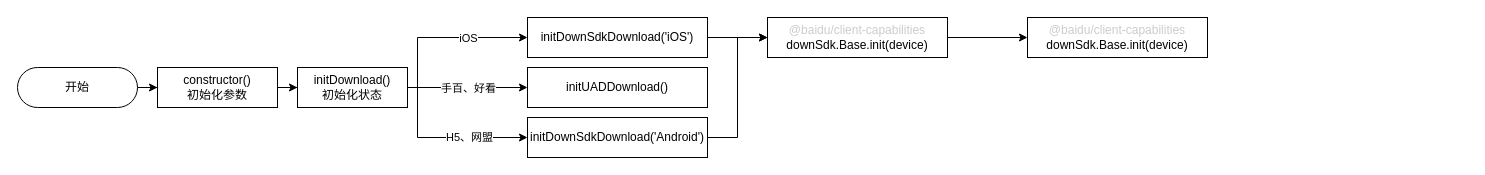
The draw.io diagram 未命名绘图.drawio in qqqqqcy/processon, before the edit. Source tidied: cells renumbered, new cells numbered last; positions are measured from the earlier drawing's top-left corner, leaving out a move shared by most shapes. Both pictures are drawn from the tidied source at 100%, with x=0, y=0 at pixel (17, 17).
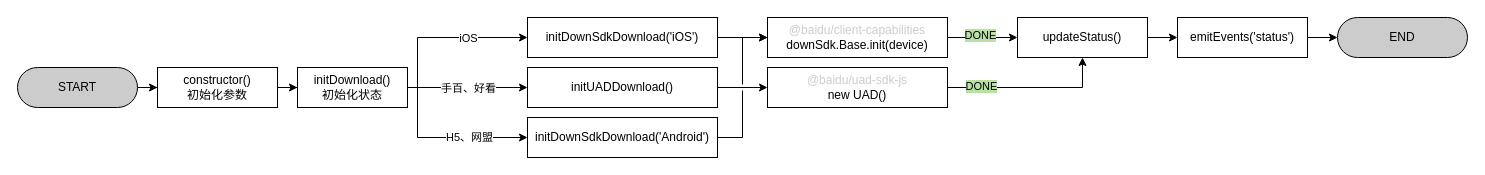
The same page after the edit.

The change refers to these unchanged cells:
```xml
<mxCell id="18" style="edgeStyle=orthogonalEdgeStyle;rounded=0;jettySize=auto;html=1;" parent="1" edge="1" source="19" target="20">
  <mxGeometry relative="1" as="geometry" />
</mxCell>
<mxCell id="19" value="&lt;font color=&quot;#cccccc&quot;&gt;@baidu/client-capabilities&lt;br&gt;&lt;/font&gt;downSdk.Base.init(device)" style="whiteSpace=wrap;html=1;rounded=1;arcSize=0;" parent="1" vertex="1">
  <mxGeometry x="750" width="180" height="40" as="geometry" />
</mxCell>
```

What changed in the source:
```diff
@@
-    <mxCell id="3" value="开始" style="rounded=1;whiteSpace=wrap;html=1;arcSize=50;" parent="1" vertex="1">
+    <mxCell id="3" value="START" style="rounded=1;whiteSpace=wrap;html=1;arcSize=50;fillColor=#CCCCCC;" parent="1" vertex="1">
       <mxGeometry y="50" width="120" height="40" as="geometry" />
     </mxCell>
@@
     <mxCell id="14" value="initDownSdkDownload('iOS')" style="whiteSpace=wrap;html=1;rounded=1;arcSize=0;" parent="1" vertex="1">
-      <mxGeometry x="510" width="180" height="40" as="geometry" />
+      <mxGeometry x="510" width="190" height="40" as="geometry" />
     </mxCell>
+    <mxCell id="21" style="edgeStyle=orthogonalEdgeStyle;rounded=0;jettySize=auto;html=1;jumpStyle=arc;" parent="1" edge="1" source="15" target="28">
+      <mxGeometry relative="1" as="geometry" />
+    </mxCell>
     <mxCell id="15" value="initUADDownload()" style="rounded=1;whiteSpace=wrap;html=1;arcSize=0;" parent="1" vertex="1">
-      <mxGeometry x="510" y="50" width="180" height="40" as="geometry" />
+      <mxGeometry x="510" y="50" width="190" height="40" as="geometry" />
     </mxCell>
-    <mxCell id="16" style="edgeStyle=orthogonalEdgeStyle;rounded=0;jettySize=auto;html=1;entryX=0;entryY=0.5;entryDx=0;entryDy=0;" parent="1" edge="1" source="17" target="19">
+    <mxCell id="16" style="edgeStyle=orthogonalEdgeStyle;rounded=0;jettySize=auto;html=1;entryX=0;entryY=0.5;entryDx=0;entryDy=0;jumpStyle=gap;" parent="1" edge="1" source="17" target="19">
       <mxGeometry relative="1" as="geometry" />
     </mxCell>
     <mxCell id="17" value="initDownSdkDownload('Android')" style="rounded=1;whiteSpace=wrap;html=1;arcSize=0;" parent="1" vertex="1">
-      <mxGeometry x="510" y="100" width="180" height="40" as="geometry" />
+      <mxGeometry x="510" y="100" width="190" height="40" as="geometry" />
     </mxCell>
@@
+    <mxCell id="22" value="DONE" style="edgeLabel;html=1;align=center;verticalAlign=middle;labelBackgroundColor=#B9E0A5;labelBorderColor=none;" parent="18" vertex="1">
+      <mxGeometry x="-0.1" y="3" relative="1" as="geometry" />
+    </mxCell>
@@
+    <mxCell id="23" style="edgeStyle=orthogonalEdgeStyle;rounded=0;jettySize=auto;html=1;" parent="1" edge="1" source="20" target="25">
+      <mxGeometry relative="1" as="geometry" />
+    </mxCell>
-    <mxCell id="20" value="&lt;font color=&quot;#cccccc&quot;&gt;@baidu/client-capabilities&lt;br&gt;&lt;/font&gt;downSdk.Base.init(device)" style="whiteSpace=wrap;html=1;rounded=1;arcSize=0;" parent="1" vertex="1">
-      <mxGeometry x="1010" width="180" height="40" as="geometry" />
+    <mxCell id="20" value="updateStatus()" style="whiteSpace=wrap;html=1;rounded=1;arcSize=0;" parent="1" vertex="1">
+      <mxGeometry x="1000" width="130" height="40" as="geometry" />
     </mxCell>
+    <mxCell id="24" style="edgeStyle=orthogonalEdgeStyle;rounded=0;jumpStyle=gap;jettySize=auto;html=1;fontColor=#000000;" parent="1" edge="1" source="25" target="29">
+      <mxGeometry relative="1" as="geometry" />
+    </mxCell>
+    <mxCell id="25" value="emitEvents('status')" style="whiteSpace=wrap;html=1;rounded=1;arcSize=0;" parent="1" vertex="1">
+      <mxGeometry x="1160" width="130" height="40" as="geometry" />
+    </mxCell>
+    <mxCell id="26" style="edgeStyle=orthogonalEdgeStyle;rounded=0;jettySize=auto;html=1;fontColor=#000000;" parent="1" edge="1" source="28" target="20">
+      <mxGeometry relative="1" as="geometry" />
+    </mxCell>
+    <mxCell id="27" value="DONE&lt;br&gt;" style="edgeLabel;html=1;align=center;verticalAlign=middle;fontColor=#000000;labelBackgroundColor=#B9E0A5;" parent="26" vertex="1">
+      <mxGeometry x="-0.14" y="2" relative="1" as="geometry">
+        <mxPoint x="-38" as="offset" />
+      </mxGeometry>
+    </mxCell>
+    <mxCell id="28" value="&lt;font color=&quot;#cccccc&quot;&gt;@baidu/uad-sdk-js&lt;br&gt;&lt;/font&gt;new UAD()" style="rounded=1;whiteSpace=wrap;html=1;arcSize=0;" parent="1" vertex="1">
+      <mxGeometry x="750" y="50" width="180" height="40" as="geometry" />
+    </mxCell>
+    <mxCell id="29" value="END" style="whiteSpace=wrap;html=1;rounded=1;arcSize=50;fillColor=#CCCCCC;" parent="1" vertex="1">
+      <mxGeometry x="1320" width="130" height="40" as="geometry" />
+    </mxCell>
```
